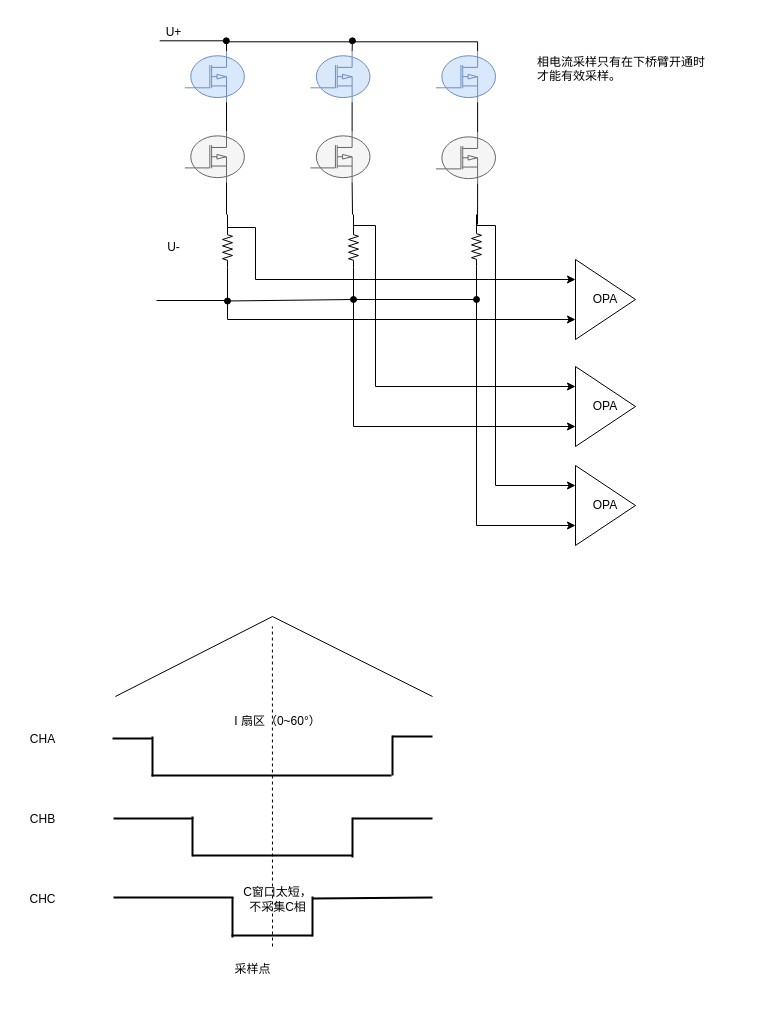
The draw.io diagram page "三电阻采样" (3 of 4) of 电机采样电路分析.drawio in Vinson-001/Blog-flow-chart, before the edit. Source tidied: cells renumbered, new cells numbered last; positions are measured from the earlier drawing's top-left corner, leaving out a move shared by most shapes. Both pictures are drawn from the tidied source at 100%, with x=0, y=0 at pixel (17, 17).
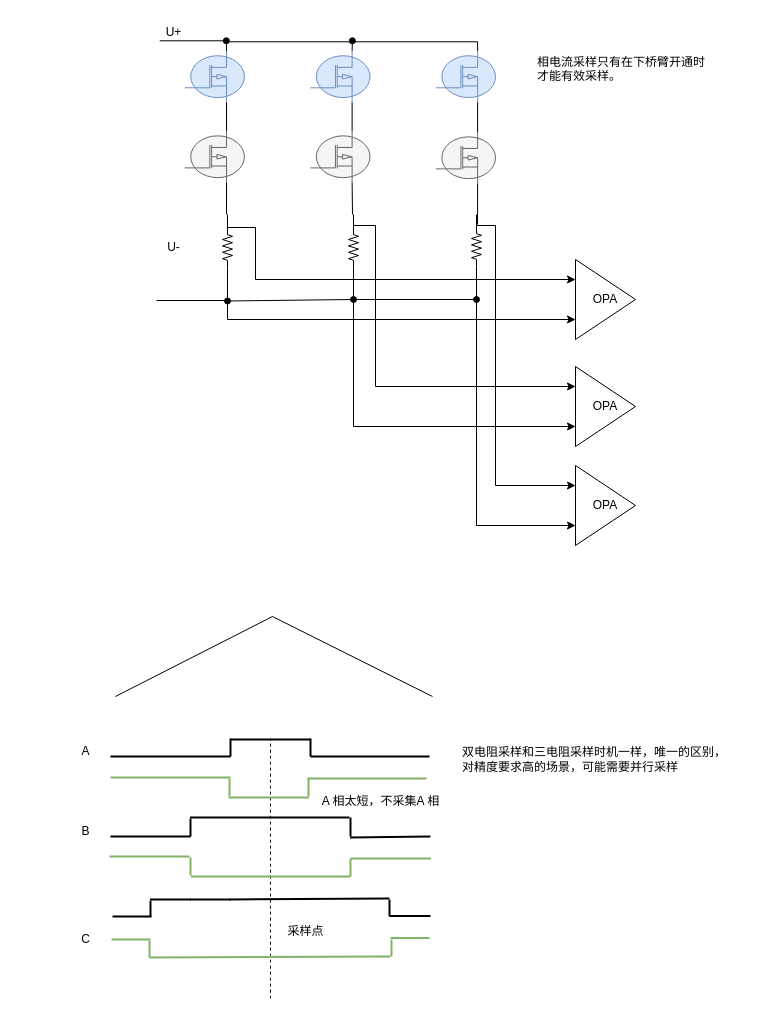
The same diagram, later.

The edit, as a diff of the source:
```diff
@@
-    <mxCell id="38" style="endArrow=none;html=1;rounded=0;curved=1;strokeWidth=2;" parent="1" edge="1">
-      <mxGeometry relative="1" as="geometry">
-        <mxPoint x="95" y="721" as="sourcePoint" />
-        <mxPoint x="135" y="721" as="targetPoint" />
-      </mxGeometry>
-    </mxCell>
-    <mxCell id="39" style="endArrow=none;html=1;rounded=0;curved=1;strokeWidth=2;" parent="1" edge="1">
-      <mxGeometry relative="1" as="geometry">
-        <mxPoint x="135" y="759" as="sourcePoint" />
-        <mxPoint x="135" y="719" as="targetPoint" />
-      </mxGeometry>
-    </mxCell>
-    <mxCell id="40" style="endArrow=none;html=1;rounded=0;curved=1;strokeWidth=2;" parent="1" edge="1">
-      <mxGeometry relative="1" as="geometry">
-        <mxPoint x="134" y="758" as="sourcePoint" />
-        <mxPoint x="374" y="758" as="targetPoint" />
-      </mxGeometry>
-    </mxCell>
-    <mxCell id="41" style="endArrow=none;html=1;rounded=0;curved=1;strokeWidth=2;" parent="1" edge="1">
-      <mxGeometry relative="1" as="geometry">
-        <mxPoint x="375" y="758" as="sourcePoint" />
-        <mxPoint x="375" y="718" as="targetPoint" />
-      </mxGeometry>
-    </mxCell>
-    <mxCell id="42" style="endArrow=none;html=1;rounded=0;curved=1;strokeWidth=2;" parent="1" edge="1">
-      <mxGeometry relative="1" as="geometry">
-        <mxPoint x="375" y="719" as="sourcePoint" />
-        <mxPoint x="415" y="719" as="targetPoint" />
-      </mxGeometry>
-    </mxCell>
-    <mxCell id="43" style="endArrow=none;html=1;rounded=0;curved=1;strokeWidth=2;" parent="1" edge="1">
-      <mxGeometry relative="1" as="geometry">
-        <mxPoint x="96" y="801" as="sourcePoint" />
-        <mxPoint x="176" y="801" as="targetPoint" />
-      </mxGeometry>
-    </mxCell>
-    <mxCell id="44" style="endArrow=none;html=1;rounded=0;curved=1;strokeWidth=2;" parent="1" edge="1">
-      <mxGeometry relative="1" as="geometry">
-        <mxPoint x="175" y="839" as="sourcePoint" />
-        <mxPoint x="175" y="799" as="targetPoint" />
-      </mxGeometry>
-    </mxCell>
-    <mxCell id="45" style="endArrow=none;html=1;rounded=0;curved=1;strokeWidth=2;" parent="1" edge="1">
-      <mxGeometry relative="1" as="geometry">
-        <mxPoint x="175" y="838" as="sourcePoint" />
-        <mxPoint x="335" y="838" as="targetPoint" />
-      </mxGeometry>
-    </mxCell>
-    <mxCell id="46" style="endArrow=none;html=1;rounded=0;curved=1;strokeWidth=2;" parent="1" edge="1">
-      <mxGeometry relative="1" as="geometry">
-        <mxPoint x="335" y="840" as="sourcePoint" />
-        <mxPoint x="335" y="800" as="targetPoint" />
-      </mxGeometry>
-    </mxCell>
-    <mxCell id="47" style="endArrow=none;html=1;rounded=0;curved=1;strokeWidth=2;" parent="1" edge="1">
-      <mxGeometry relative="1" as="geometry">
-        <mxPoint x="335" y="801" as="sourcePoint" />
-        <mxPoint x="415" y="801" as="targetPoint" />
-      </mxGeometry>
-    </mxCell>
-    <mxCell id="48" style="endArrow=none;html=1;rounded=0;curved=1;strokeWidth=2;" parent="1" edge="1">
-      <mxGeometry relative="1" as="geometry">
-        <mxPoint x="96" y="880" as="sourcePoint" />
-        <mxPoint x="216" y="880" as="targetPoint" />
-      </mxGeometry>
-    </mxCell>
-    <mxCell id="49" style="endArrow=none;html=1;rounded=0;curved=1;strokeWidth=2;" parent="1" edge="1">
-      <mxGeometry relative="1" as="geometry">
-        <mxPoint x="215" y="920" as="sourcePoint" />
-        <mxPoint x="215" y="880" as="targetPoint" />
-      </mxGeometry>
-    </mxCell>
-    <mxCell id="50" style="endArrow=none;html=1;rounded=0;curved=1;strokeWidth=2;" parent="1" edge="1">
-      <mxGeometry relative="1" as="geometry">
-        <mxPoint x="214" y="918" as="sourcePoint" />
-        <mxPoint x="295" y="918" as="targetPoint" />
-      </mxGeometry>
-    </mxCell>
-    <mxCell id="51" style="endArrow=none;html=1;rounded=0;curved=1;strokeWidth=2;" parent="1" edge="1">
-      <mxGeometry relative="1" as="geometry">
-        <mxPoint x="295" y="919" as="sourcePoint" />
-        <mxPoint x="295" y="879" as="targetPoint" />
-      </mxGeometry>
-    </mxCell>
-    <mxCell id="52" style="endArrow=none;html=1;rounded=0;curved=1;strokeWidth=2;" parent="1" edge="1">
-      <mxGeometry relative="1" as="geometry">
-        <mxPoint x="295" y="881" as="sourcePoint" />
-        <mxPoint x="415" y="880" as="targetPoint" />
-      </mxGeometry>
-    </mxCell>
-    <mxCell id="53" value="I 扇区（0~60°）" style="text;html=1;align=center;verticalAlign=middle;strokeColor=none;fillColor=none;" parent="1" vertex="1">
-      <mxGeometry x="205" y="689" width="110" height="30" as="geometry" />
-    </mxCell>
-    <mxCell id="54" value="CHA" style="text;html=1;align=center;verticalAlign=middle;strokeColor=none;fillColor=none;" parent="1" vertex="1">
-      <mxGeometry y="707" width="50" height="30" as="geometry" />
-    </mxCell>
-    <mxCell id="55" value="CHB" style="text;html=1;align=center;verticalAlign=middle;strokeColor=none;fillColor=none;" parent="1" vertex="1">
-      <mxGeometry y="787" width="50" height="30" as="geometry" />
-    </mxCell>
-    <mxCell id="56" value="CHC" style="text;html=1;align=center;verticalAlign=middle;strokeColor=none;fillColor=none;" parent="1" vertex="1">
-      <mxGeometry y="867" width="50" height="30" as="geometry" />
-    </mxCell>
@@
-    <mxCell id="59" style="endArrow=none;dashed=1;html=1;rounded=0;" parent="1" edge="1">
-      <mxGeometry relative="1" as="geometry">
-        <mxPoint x="255" y="929" as="sourcePoint" />
-        <mxPoint x="254.9" y="609" as="targetPoint" />
-      </mxGeometry>
-    </mxCell>
     <mxCell id="60" value="采样点" style="text;html=1;align=center;verticalAlign=middle;strokeColor=none;fillColor=none;" parent="1" vertex="1">
-      <mxGeometry x="205" y="937" width="60" height="30" as="geometry" />
+      <mxGeometry x="258" y="899" width="60" height="30" as="geometry" />
     </mxCell>
-    <mxCell id="61" value="C窗口太短，&lt;div&gt;不采集C相&lt;/div&gt;" style="text;html=1;align=center;verticalAlign=middle;strokeColor=none;fillColor=none;" parent="1" vertex="1">
-      <mxGeometry x="215" y="862" width="90" height="40" as="geometry" />
-    </mxCell>
+    <mxCell id="62" style="endArrow=none;html=1;rounded=0;curved=1;strokeWidth=2;" parent="1" edge="1">
+      <mxGeometry relative="1" as="geometry">
+        <mxPoint x="293" y="739" as="sourcePoint" />
+        <mxPoint x="293" y="721" as="targetPoint" />
+      </mxGeometry>
+    </mxCell>
+    <mxCell id="63" value="A" style="text;html=1;align=center;verticalAlign=middle;strokeColor=none;fillColor=none;" parent="1" vertex="1">
+      <mxGeometry x="53" y="719" width="30" height="30" as="geometry" />
+    </mxCell>
+    <mxCell id="64" style="endArrow=none;html=1;rounded=0;curved=1;strokeWidth=2;" parent="1" edge="1">
+      <mxGeometry relative="1" as="geometry">
+        <mxPoint x="93" y="819" as="sourcePoint" />
+        <mxPoint x="173" y="819" as="targetPoint" />
+      </mxGeometry>
+    </mxCell>
+    <mxCell id="65" style="endArrow=none;html=1;rounded=0;curved=1;strokeWidth=2;" parent="1" edge="1">
+      <mxGeometry relative="1" as="geometry">
+        <mxPoint x="173" y="819" as="sourcePoint" />
+        <mxPoint x="173" y="801" as="targetPoint" />
+      </mxGeometry>
+    </mxCell>
+    <mxCell id="66" style="endArrow=none;html=1;rounded=0;curved=1;strokeWidth=2;" parent="1" edge="1">
+      <mxGeometry relative="1" as="geometry">
+        <mxPoint x="333" y="819" as="sourcePoint" />
+        <mxPoint x="333" y="800" as="targetPoint" />
+      </mxGeometry>
+    </mxCell>
+    <mxCell id="67" style="endArrow=none;html=1;rounded=0;curved=1;strokeWidth=2;" parent="1" edge="1">
+      <mxGeometry relative="1" as="geometry">
+        <mxPoint x="95" y="899" as="sourcePoint" />
+        <mxPoint x="134" y="899" as="targetPoint" />
+      </mxGeometry>
+    </mxCell>
+    <mxCell id="68" style="endArrow=none;html=1;rounded=0;curved=1;strokeWidth=2;" parent="1" edge="1">
+      <mxGeometry relative="1" as="geometry">
+        <mxPoint x="133" y="899" as="sourcePoint" />
+        <mxPoint x="133" y="883" as="targetPoint" />
+      </mxGeometry>
+    </mxCell>
+    <mxCell id="69" style="endArrow=none;html=1;rounded=0;curved=1;strokeWidth=2;" parent="1" edge="1">
+      <mxGeometry relative="1" as="geometry">
+        <mxPoint x="212" y="882" as="sourcePoint" />
+        <mxPoint x="372" y="881" as="targetPoint" />
+      </mxGeometry>
+    </mxCell>
+    <mxCell id="70" style="endArrow=none;html=1;rounded=0;curved=1;strokeWidth=2;" parent="1" edge="1">
+      <mxGeometry relative="1" as="geometry">
+        <mxPoint x="372" y="899" as="sourcePoint" />
+        <mxPoint x="372" y="882" as="targetPoint" />
+      </mxGeometry>
+    </mxCell>
+    <mxCell id="71" value="B" style="text;html=1;align=center;verticalAlign=middle;strokeColor=none;fillColor=none;" parent="1" vertex="1">
+      <mxGeometry x="53" y="799" width="30" height="30" as="geometry" />
+    </mxCell>
+    <mxCell id="72" value="C" style="text;html=1;align=center;verticalAlign=middle;strokeColor=none;fillColor=none;" parent="1" vertex="1">
+      <mxGeometry x="53" y="907" width="30" height="30" as="geometry" />
+    </mxCell>
+    <mxCell id="73" style="endArrow=none;dashed=1;html=1;rounded=0;curved=1;" parent="1" edge="1">
+      <mxGeometry relative="1" as="geometry">
+        <mxPoint x="253" y="981" as="sourcePoint" />
+        <mxPoint x="253" y="721" as="targetPoint" />
+      </mxGeometry>
+    </mxCell>
+    <mxCell id="74" style="endArrow=none;html=1;rounded=0;curved=1;strokeWidth=2;" parent="1" edge="1">
+      <mxGeometry relative="1" as="geometry">
+        <mxPoint x="93" y="739" as="sourcePoint" />
+        <mxPoint x="213" y="739" as="targetPoint" />
+      </mxGeometry>
+    </mxCell>
+    <mxCell id="75" style="endArrow=none;html=1;rounded=0;curved=1;strokeWidth=2;" parent="1" edge="1">
+      <mxGeometry relative="1" as="geometry">
+        <mxPoint x="213" y="739" as="sourcePoint" />
+        <mxPoint x="213" y="721" as="targetPoint" />
+      </mxGeometry>
+    </mxCell>
+    <mxCell id="76" style="endArrow=none;html=1;rounded=0;curved=1;strokeWidth=2;" parent="1" edge="1">
+      <mxGeometry relative="1" as="geometry">
+        <mxPoint x="172.5" y="882" as="sourcePoint" />
+        <mxPoint x="213.5" y="882" as="targetPoint" />
+      </mxGeometry>
+    </mxCell>
+    <mxCell id="77" style="endArrow=none;html=1;rounded=0;curved=1;strokeWidth=2;" parent="1" edge="1">
+      <mxGeometry relative="1" as="geometry">
+        <mxPoint x="212.5" y="722" as="sourcePoint" />
+        <mxPoint x="293" y="722" as="targetPoint" />
+      </mxGeometry>
+    </mxCell>
+    <mxCell id="78" style="endArrow=none;html=1;rounded=0;curved=1;strokeWidth=2;" parent="1" edge="1">
+      <mxGeometry relative="1" as="geometry">
+        <mxPoint x="293" y="739" as="sourcePoint" />
+        <mxPoint x="412" y="739" as="targetPoint" />
+      </mxGeometry>
+    </mxCell>
+    <mxCell id="79" style="endArrow=none;html=1;rounded=0;curved=1;strokeWidth=2;" parent="1" edge="1">
+      <mxGeometry relative="1" as="geometry">
+        <mxPoint x="132.5" y="882" as="sourcePoint" />
+        <mxPoint x="173.5" y="882" as="targetPoint" />
+      </mxGeometry>
+    </mxCell>
+    <mxCell id="80" style="endArrow=none;html=1;rounded=0;curved=1;strokeWidth=2;" parent="1" edge="1">
+      <mxGeometry relative="1" as="geometry">
+        <mxPoint x="172.5" y="800" as="sourcePoint" />
+        <mxPoint x="332" y="800" as="targetPoint" />
+      </mxGeometry>
+    </mxCell>
+    <mxCell id="81" style="endArrow=none;html=1;rounded=0;curved=1;strokeWidth=2;" parent="1" edge="1">
+      <mxGeometry relative="1" as="geometry">
+        <mxPoint x="332.5" y="820" as="sourcePoint" />
+        <mxPoint x="413" y="819" as="targetPoint" />
+      </mxGeometry>
+    </mxCell>
+    <mxCell id="82" style="endArrow=none;html=1;rounded=0;curved=1;strokeWidth=2;" parent="1" edge="1">
+      <mxGeometry relative="1" as="geometry">
+        <mxPoint x="372" y="898.5" as="sourcePoint" />
+        <mxPoint x="413" y="898.5" as="targetPoint" />
+      </mxGeometry>
+    </mxCell>
+    <mxCell id="83" value="A 相太短，不采集A 相" style="text;html=1;align=center;verticalAlign=middle;strokeColor=none;fillColor=none;" parent="1" vertex="1">
+      <mxGeometry x="292.9" y="769" width="140" height="30" as="geometry" />
+    </mxCell>
+    <mxCell id="84" style="endArrow=none;html=1;rounded=0;curved=1;strokeWidth=2;fillColor=#d5e8d4;strokeColor=#82b366;" parent="1" edge="1">
+      <mxGeometry relative="1" as="geometry">
+        <mxPoint x="93" y="760" as="sourcePoint" />
+        <mxPoint x="213" y="760" as="targetPoint" />
+      </mxGeometry>
+    </mxCell>
+    <mxCell id="85" style="endArrow=none;html=1;rounded=0;curved=1;strokeWidth=2;fillColor=#d5e8d4;strokeColor=#82b366;" parent="1" edge="1">
+      <mxGeometry relative="1" as="geometry">
+        <mxPoint x="211" y="780" as="sourcePoint" />
+        <mxPoint x="291.5" y="780" as="targetPoint" />
+      </mxGeometry>
+    </mxCell>
+    <mxCell id="86" style="endArrow=none;html=1;rounded=0;curved=1;strokeWidth=2;fillColor=#d5e8d4;strokeColor=#82b366;" parent="1" edge="1">
+      <mxGeometry relative="1" as="geometry">
+        <mxPoint x="212" y="779" as="sourcePoint" />
+        <mxPoint x="212" y="761" as="targetPoint" />
+      </mxGeometry>
+    </mxCell>
+    <mxCell id="87" style="endArrow=none;html=1;rounded=0;curved=1;strokeWidth=2;fillColor=#d5e8d4;strokeColor=#82b366;" parent="1" edge="1">
+      <mxGeometry relative="1" as="geometry">
+        <mxPoint x="291" y="779" as="sourcePoint" />
+        <mxPoint x="291" y="761" as="targetPoint" />
+      </mxGeometry>
+    </mxCell>
+    <mxCell id="88" style="endArrow=none;html=1;rounded=0;curved=1;strokeWidth=2;fillColor=#d5e8d4;strokeColor=#82b366;" parent="1" edge="1">
+      <mxGeometry relative="1" as="geometry">
+        <mxPoint x="290" y="761" as="sourcePoint" />
+        <mxPoint x="409" y="761" as="targetPoint" />
+      </mxGeometry>
+    </mxCell>
+    <mxCell id="89" style="endArrow=none;html=1;rounded=0;curved=1;strokeWidth=2;fillColor=#d5e8d4;strokeColor=#82b366;" parent="1" edge="1">
+      <mxGeometry relative="1" as="geometry">
+        <mxPoint x="92" y="839" as="sourcePoint" />
+        <mxPoint x="172" y="839" as="targetPoint" />
+      </mxGeometry>
+    </mxCell>
+    <mxCell id="90" style="endArrow=none;html=1;rounded=0;curved=1;strokeWidth=2;fillColor=#d5e8d4;strokeColor=#82b366;" parent="1" edge="1">
+      <mxGeometry relative="1" as="geometry">
+        <mxPoint x="173.5" y="859" as="sourcePoint" />
+        <mxPoint x="333" y="859" as="targetPoint" />
+      </mxGeometry>
+    </mxCell>
+    <mxCell id="91" style="endArrow=none;html=1;rounded=0;curved=1;strokeWidth=2;fillColor=#d5e8d4;strokeColor=#82b366;" parent="1" edge="1">
+      <mxGeometry relative="1" as="geometry">
+        <mxPoint x="173" y="858" as="sourcePoint" />
+        <mxPoint x="173" y="840" as="targetPoint" />
+      </mxGeometry>
+    </mxCell>
+    <mxCell id="92" style="endArrow=none;html=1;rounded=0;curved=1;strokeWidth=2;fillColor=#d5e8d4;strokeColor=#82b366;" parent="1" edge="1">
+      <mxGeometry relative="1" as="geometry">
+        <mxPoint x="333" y="859" as="sourcePoint" />
+        <mxPoint x="333" y="841" as="targetPoint" />
+      </mxGeometry>
+    </mxCell>
+    <mxCell id="93" style="endArrow=none;html=1;rounded=0;curved=1;strokeWidth=2;fillColor=#d5e8d4;strokeColor=#82b366;" parent="1" edge="1">
+      <mxGeometry relative="1" as="geometry">
+        <mxPoint x="333.4" y="841" as="sourcePoint" />
+        <mxPoint x="413.4" y="841" as="targetPoint" />
+      </mxGeometry>
+    </mxCell>
+    <mxCell id="94" style="endArrow=none;html=1;rounded=0;curved=1;strokeWidth=2;fillColor=#d5e8d4;strokeColor=#82b366;" parent="1" edge="1">
+      <mxGeometry relative="1" as="geometry">
+        <mxPoint x="131.9" y="940" as="sourcePoint" />
+        <mxPoint x="373" y="939" as="targetPoint" />
+      </mxGeometry>
+    </mxCell>
+    <mxCell id="95" style="endArrow=none;html=1;rounded=0;curved=1;strokeWidth=2;fillColor=#d5e8d4;strokeColor=#82b366;" parent="1" edge="1">
+      <mxGeometry relative="1" as="geometry">
+        <mxPoint x="94" y="922" as="sourcePoint" />
+        <mxPoint x="133" y="922" as="targetPoint" />
+      </mxGeometry>
+    </mxCell>
+    <mxCell id="96" style="endArrow=none;html=1;rounded=0;curved=1;strokeWidth=2;fillColor=#d5e8d4;strokeColor=#82b366;" parent="1" edge="1">
+      <mxGeometry relative="1" as="geometry">
+        <mxPoint x="132" y="940" as="sourcePoint" />
+        <mxPoint x="132" y="923" as="targetPoint" />
+      </mxGeometry>
+    </mxCell>
+    <mxCell id="97" style="endArrow=none;html=1;rounded=0;curved=1;strokeWidth=2;fillColor=#d5e8d4;strokeColor=#82b366;" parent="1" edge="1">
+      <mxGeometry relative="1" as="geometry">
+        <mxPoint x="373" y="920.5" as="sourcePoint" />
+        <mxPoint x="412" y="920.5" as="targetPoint" />
+      </mxGeometry>
+    </mxCell>
+    <mxCell id="98" style="endArrow=none;html=1;rounded=0;curved=1;strokeWidth=2;fillColor=#d5e8d4;strokeColor=#82b366;" parent="1" edge="1">
+      <mxGeometry relative="1" as="geometry">
+        <mxPoint x="374" y="939" as="sourcePoint" />
+        <mxPoint x="374" y="922" as="targetPoint" />
+      </mxGeometry>
+    </mxCell>
+    <mxCell id="99" value="双电阻采样和三电阻采样时机一样，唯一的区别，&lt;div&gt;对精度要求高的场景，可能需要并行采样&lt;/div&gt;" style="text;html=1;align=left;verticalAlign=middle;strokeColor=none;fillColor=none;" parent="1" vertex="1">
+      <mxGeometry x="443" y="722" width="290" height="40" as="geometry" />
+    </mxCell>
```
